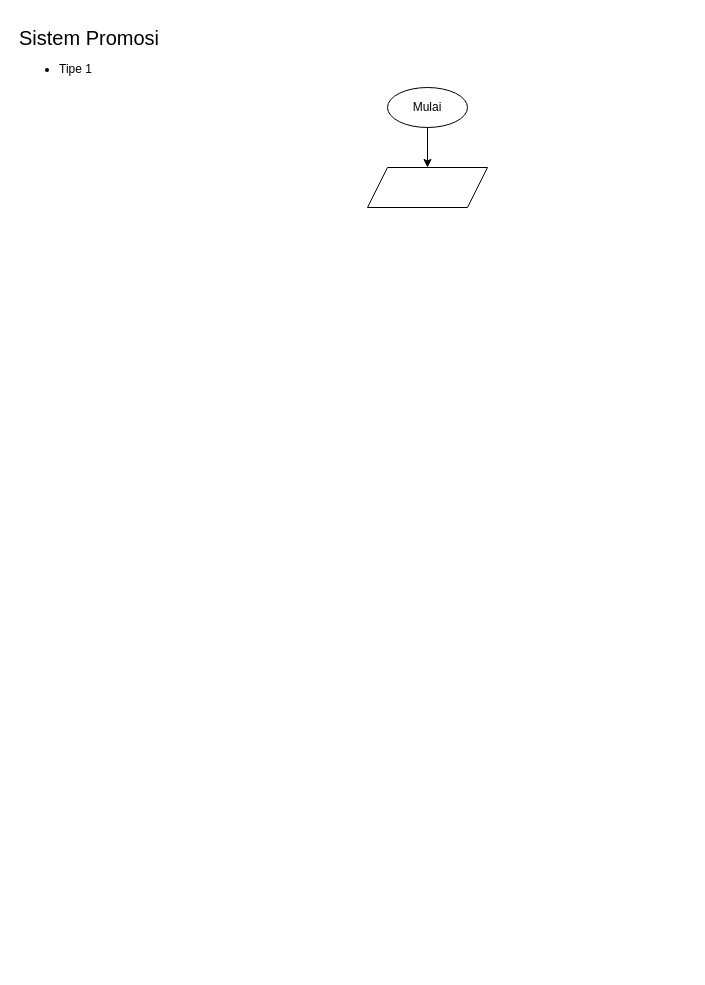
Before: page "Type-1" (1 of 3) of Sistem Promosi.drawio in amentobing/flowchart-algo1A, a draw.io diagram. Source tidied: cells renumbered, new cells numbered last; positions are measured from the earlier drawing's top-left corner, leaving out a move shared by most shapes. Both pictures are drawn from the tidied source at 100%, with x=0, y=0 at pixel (17, 17).
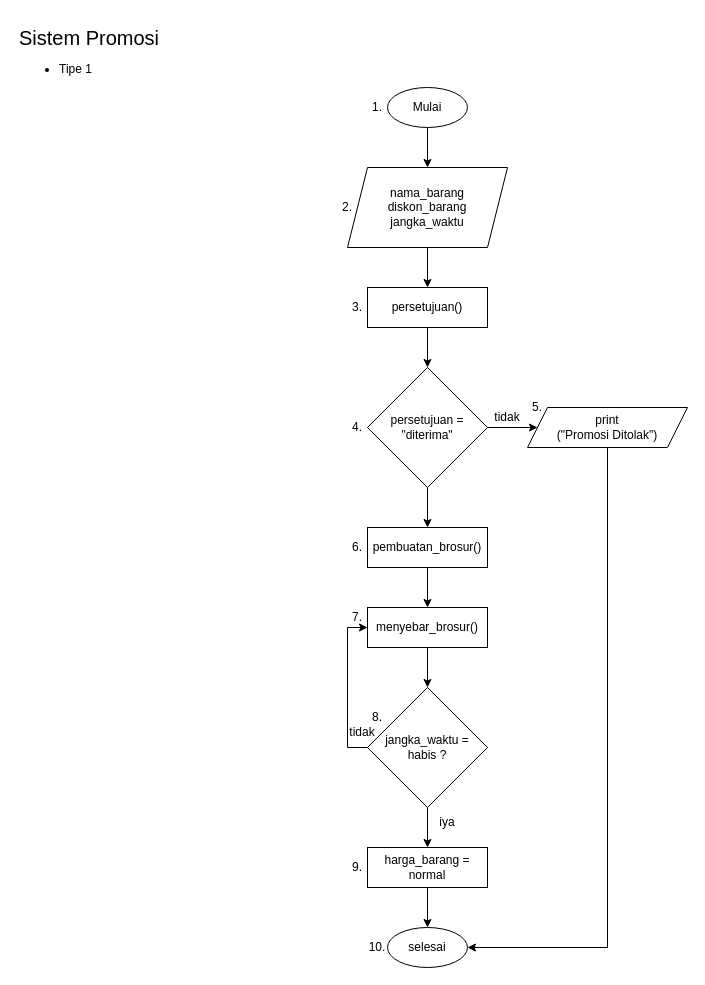
Above is the later version.

What changed in the source:
```diff
@@
+    <mxCell id="6" style="edgeStyle=orthogonalEdgeStyle;rounded=0;jettySize=auto;html=1;entryX=0.5;entryY=0;entryDx=0;entryDy=0;" parent="1" edge="1" source="5" target="8">
+      <mxGeometry relative="1" as="geometry" />
+    </mxCell>
-    <mxCell id="5" style="shape=parallelogram;perimeter=parallelogramPerimeter;whiteSpace=wrap;html=1;fixedSize=1;" parent="1" vertex="1">
-      <mxGeometry x="350" y="150" width="120" height="40" as="geometry" />
+    <mxCell id="5" value="nama_barang&lt;br&gt;diskon_barang&lt;br&gt;jangka_waktu" style="shape=parallelogram;perimeter=parallelogramPerimeter;whiteSpace=wrap;html=1;fixedSize=1;" parent="1" vertex="1">
+      <mxGeometry x="330" y="150" width="160" height="80" as="geometry" />
     </mxCell>
+    <mxCell id="7" style="edgeStyle=orthogonalEdgeStyle;rounded=0;jettySize=auto;html=1;entryX=0.5;entryY=0;entryDx=0;entryDy=0;" parent="1" edge="1" source="8" target="11">
+      <mxGeometry relative="1" as="geometry" />
+    </mxCell>
+    <mxCell id="8" value="persetujuan()" style="rounded=0;whiteSpace=wrap;html=1;" parent="1" vertex="1">
+      <mxGeometry x="350" y="270" width="120" height="40" as="geometry" />
+    </mxCell>
+    <mxCell id="9" style="edgeStyle=orthogonalEdgeStyle;rounded=0;jettySize=auto;html=1;entryX=0;entryY=0.5;entryDx=0;entryDy=0;" parent="1" edge="1" source="11" target="13">
+      <mxGeometry relative="1" as="geometry" />
+    </mxCell>
+    <mxCell id="10" style="edgeStyle=orthogonalEdgeStyle;rounded=0;jettySize=auto;html=1;entryX=0.5;entryY=0;entryDx=0;entryDy=0;" parent="1" edge="1" source="11" target="16">
+      <mxGeometry relative="1" as="geometry" />
+    </mxCell>
+    <mxCell id="11" value="persetujuan = &quot;diterima&quot;" style="rhombus;whiteSpace=wrap;html=1;" parent="1" vertex="1">
+      <mxGeometry x="350" y="350" width="120" height="120" as="geometry" />
+    </mxCell>
+    <mxCell id="12" style="edgeStyle=orthogonalEdgeStyle;rounded=0;jettySize=auto;html=1;entryX=1;entryY=0.5;entryDx=0;entryDy=0;" parent="1" edge="1" source="13" target="26">
+      <mxGeometry relative="1" as="geometry">
+        <Array as="points">
+          <mxPoint x="590" y="930" />
+        </Array>
+      </mxGeometry>
+    </mxCell>
+    <mxCell id="13" value="print&lt;br&gt;(&quot;Promosi Ditolak&quot;)" style="shape=parallelogram;perimeter=parallelogramPerimeter;whiteSpace=wrap;html=1;fixedSize=1;" parent="1" vertex="1">
+      <mxGeometry x="510" y="390" width="160" height="40" as="geometry" />
+    </mxCell>
+    <mxCell id="14" value="tidak" style="text;html=1;strokeColor=none;fillColor=none;align=center;verticalAlign=middle;whiteSpace=wrap;rounded=0;" parent="1" vertex="1">
+      <mxGeometry x="470" y="390" width="40" height="20" as="geometry" />
+    </mxCell>
+    <mxCell id="15" style="edgeStyle=orthogonalEdgeStyle;rounded=0;jettySize=auto;html=1;entryX=0.5;entryY=0;entryDx=0;entryDy=0;" parent="1" edge="1" source="16" target="18">
+      <mxGeometry relative="1" as="geometry" />
+    </mxCell>
+    <mxCell id="16" value="pembuatan_brosur()" style="rounded=0;whiteSpace=wrap;html=1;" parent="1" vertex="1">
+      <mxGeometry x="350" y="510" width="120" height="40" as="geometry" />
+    </mxCell>
+    <mxCell id="17" style="edgeStyle=orthogonalEdgeStyle;rounded=0;jettySize=auto;html=1;entryX=0.5;entryY=0;entryDx=0;entryDy=0;" parent="1" edge="1" source="18" target="21">
+      <mxGeometry relative="1" as="geometry" />
+    </mxCell>
+    <mxCell id="18" value="menyebar_brosur()" style="rounded=0;whiteSpace=wrap;html=1;" parent="1" vertex="1">
+      <mxGeometry x="350" y="590" width="120" height="40" as="geometry" />
+    </mxCell>
+    <mxCell id="19" style="edgeStyle=orthogonalEdgeStyle;rounded=0;jettySize=auto;html=1;entryX=0;entryY=0.5;entryDx=0;entryDy=0;" parent="1" edge="1" source="21" target="18">
+      <mxGeometry relative="1" as="geometry">
+        <Array as="points">
+          <mxPoint x="330" y="730" />
+          <mxPoint x="330" y="610" />
+        </Array>
+      </mxGeometry>
+    </mxCell>
+    <mxCell id="20" style="edgeStyle=orthogonalEdgeStyle;rounded=0;jettySize=auto;html=1;entryX=0.5;entryY=0;entryDx=0;entryDy=0;" parent="1" edge="1" source="21" target="24">
+      <mxGeometry relative="1" as="geometry" />
+    </mxCell>
+    <mxCell id="21" value="jangka_waktu = &lt;br&gt;habis ?" style="rhombus;whiteSpace=wrap;html=1;" parent="1" vertex="1">
+      <mxGeometry x="350" y="670" width="120" height="120" as="geometry" />
+    </mxCell>
+    <mxCell id="22" value="tidak" style="text;html=1;strokeColor=none;fillColor=none;align=center;verticalAlign=middle;whiteSpace=wrap;rounded=0;" parent="1" vertex="1">
+      <mxGeometry x="330" y="700" width="30" height="30" as="geometry" />
+    </mxCell>
+    <mxCell id="23" style="edgeStyle=orthogonalEdgeStyle;rounded=0;jettySize=auto;html=1;entryX=0.5;entryY=0;entryDx=0;entryDy=0;" parent="1" edge="1" source="24" target="26">
+      <mxGeometry relative="1" as="geometry" />
+    </mxCell>
+    <mxCell id="24" value="harga_barang = normal" style="rounded=0;whiteSpace=wrap;html=1;" parent="1" vertex="1">
+      <mxGeometry x="350" y="830" width="120" height="40" as="geometry" />
+    </mxCell>
+    <mxCell id="25" value="iya" style="text;html=1;strokeColor=none;fillColor=none;align=center;verticalAlign=middle;whiteSpace=wrap;rounded=0;" parent="1" vertex="1">
+      <mxGeometry x="410" y="790" width="40" height="30" as="geometry" />
+    </mxCell>
+    <mxCell id="26" value="selesai" style="ellipse;whiteSpace=wrap;html=1;" parent="1" vertex="1">
+      <mxGeometry x="370" y="910" width="80" height="40" as="geometry" />
+    </mxCell>
+    <mxCell id="27" value="1." style="text;html=1;strokeColor=none;fillColor=none;align=center;verticalAlign=middle;whiteSpace=wrap;rounded=0;" parent="1" vertex="1">
+      <mxGeometry x="350" y="80" width="20" height="20" as="geometry" />
+    </mxCell>
+    <mxCell id="28" value="2." style="text;html=1;strokeColor=none;fillColor=none;align=center;verticalAlign=middle;whiteSpace=wrap;rounded=0;" parent="1" vertex="1">
+      <mxGeometry x="320" y="180" width="20" height="20" as="geometry" />
+    </mxCell>
+    <mxCell id="29" value="3." style="text;html=1;strokeColor=none;fillColor=none;align=center;verticalAlign=middle;whiteSpace=wrap;rounded=0;" parent="1" vertex="1">
+      <mxGeometry x="330" y="280" width="20" height="20" as="geometry" />
+    </mxCell>
+    <mxCell id="30" value="4." style="text;html=1;strokeColor=none;fillColor=none;align=center;verticalAlign=middle;whiteSpace=wrap;rounded=0;" parent="1" vertex="1">
+      <mxGeometry x="330" y="400" width="20" height="20" as="geometry" />
+    </mxCell>
+    <mxCell id="31" value="5." style="text;html=1;strokeColor=none;fillColor=none;align=center;verticalAlign=middle;whiteSpace=wrap;rounded=0;" parent="1" vertex="1">
+      <mxGeometry x="510" y="380" width="20" height="20" as="geometry" />
+    </mxCell>
+    <mxCell id="32" value="6." style="text;html=1;strokeColor=none;fillColor=none;align=center;verticalAlign=middle;whiteSpace=wrap;rounded=0;" parent="1" vertex="1">
+      <mxGeometry x="330" y="520" width="20" height="20" as="geometry" />
+    </mxCell>
+    <mxCell id="33" value="7." style="text;html=1;strokeColor=none;fillColor=none;align=center;verticalAlign=middle;whiteSpace=wrap;rounded=0;" parent="1" vertex="1">
+      <mxGeometry x="330" y="590" width="20" height="20" as="geometry" />
+    </mxCell>
+    <mxCell id="34" value="8." style="text;html=1;strokeColor=none;fillColor=none;align=center;verticalAlign=middle;whiteSpace=wrap;rounded=0;" parent="1" vertex="1">
+      <mxGeometry x="350" y="690" width="20" height="20" as="geometry" />
+    </mxCell>
+    <mxCell id="35" value="9." style="text;html=1;strokeColor=none;fillColor=none;align=center;verticalAlign=middle;whiteSpace=wrap;rounded=0;" parent="1" vertex="1">
+      <mxGeometry x="330" y="840" width="20" height="20" as="geometry" />
+    </mxCell>
+    <mxCell id="36" value="10." style="text;html=1;strokeColor=none;fillColor=none;align=center;verticalAlign=middle;whiteSpace=wrap;rounded=0;" parent="1" vertex="1">
+      <mxGeometry x="350" y="920" width="20" height="20" as="geometry" />
+    </mxCell>
```
